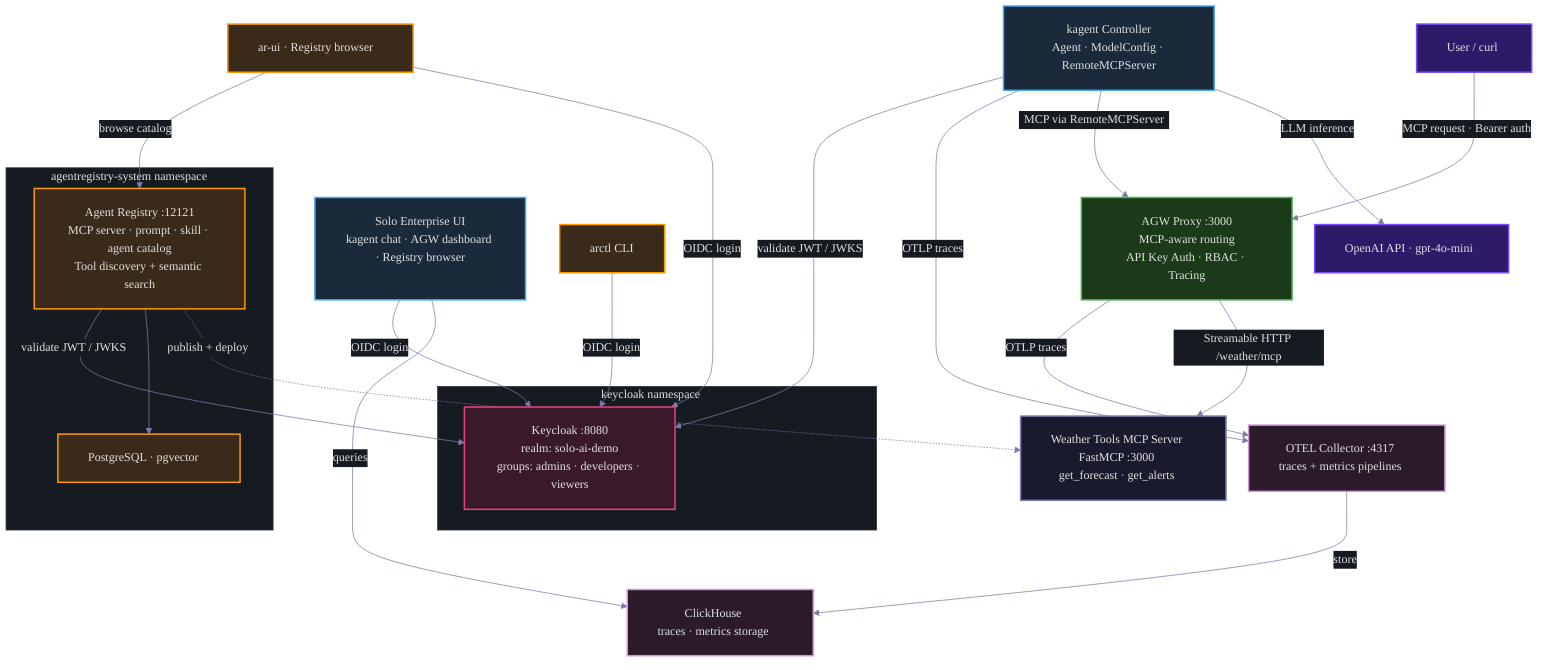
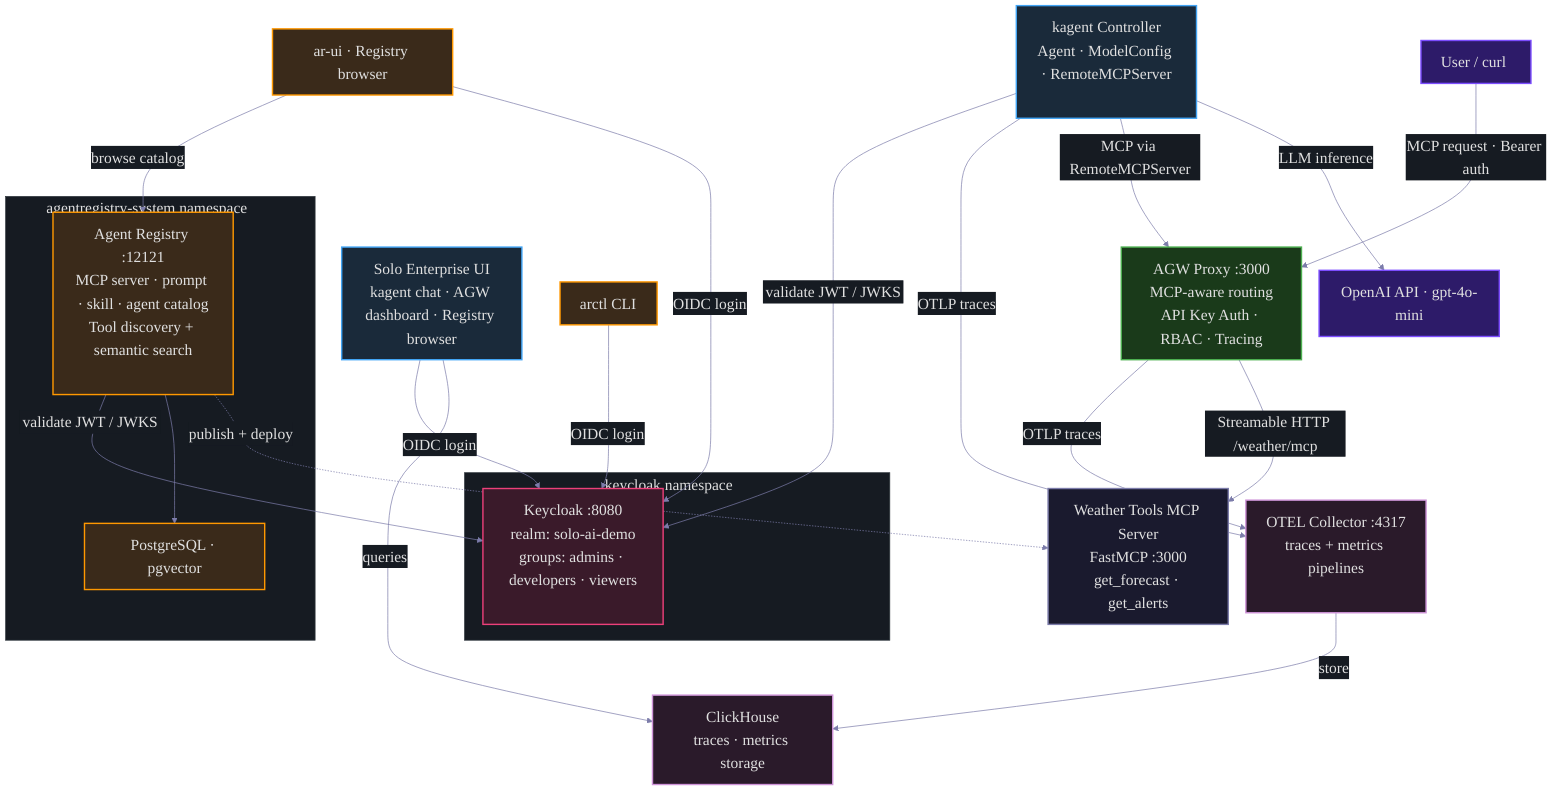
- %%{init: {'theme': 'base', 'themeVariables': { 'primaryColor': '#1a1a2e', 'primaryTextColor': '#e0e0e0', 'primaryBorderColor': '#4a4a6a', 'lineColor': '#7c7caa', 'secondaryColor': '#16213e', 'tertiaryColor': '#0f3460', 'background': '#0d1117', 'mainBkg': '#161b22', 'nodeBorder': '#30363d', 'clusterBkg': '#161b22', 'clusterBorder': '#30363d', 'titleColor': '#e0e0e0', 'edgeLabelBackground': '#161b22', 'noteTextColor': '#e0e0e0', 'noteBkgColor': '#1a1a2e', 'fontFamily': 'Inter, system-ui, sans-serif', 'fontSize': '16px' }, 'flowchart': { 'nodeSpacing': 30, 'rankSpacing': 55, 'curve': 'basis', 'padding': 20 }}}%%
+ %%{init: {'theme': 'base', 'themeVariables': { 'primaryColor': '#1a1a2e', 'primaryTextColor': '#e0e0e0', 'primaryBorderColor': '#4a4a6a', 'lineColor': '#7c7caa', 'secondaryColor': '#16213e', 'tertiaryColor': '#0f3460', 'background': '#0d1117', 'mainBkg': '#161b22', 'nodeBorder': '#30363d', 'clusterBkg': '#161b22', 'clusterBorder': '#30363d', 'titleColor': '#e0e0e0', 'edgeLabelBackground': '#161b22', 'noteTextColor': '#e0e0e0', 'noteBkgColor': '#1a1a2e', 'fontFamily': 'Inter, system-ui, sans-serif', 'fontSize': '22px' }, 'flowchart': { 'nodeSpacing': 25, 'rankSpacing': 45, 'curve': 'basis', 'padding': 14 }}}%%

graph TD
    KAGENT["kagent Controller<br/>Agent · ModelConfig · RemoteMCPServer"]
    UI["Solo Enterprise UI<br/>kagent chat · AGW dashboard · Registry browser"]
    OPENAI["OpenAI API · gpt-4o-mini"]
    AGW_PROXY["AGW Proxy :3000<br/>MCP-aware routing<br/>API Key Auth · RBAC · Tracing"]
    USER["User / curl"]
    WEATHER["Weather Tools MCP Server<br/>FastMCP :3000<br/>get_forecast · get_alerts"]
    ARCTL["arctl CLI"]
    AR_UI["ar-ui · Registry browser"]

    subgraph AR_NS["agentregistry-system namespace"]
        AR["Agent Registry :12121<br/>MCP server · prompt · skill · agent catalog<br/>Tool discovery + semantic search"]
        AR_PG["PostgreSQL · pgvector"]
    end

    subgraph KC_NS["keycloak namespace"]
        KC["Keycloak :8080<br/>realm: solo-ai-demo<br/>groups: admins · developers · viewers"]
    end

    OTEL["OTEL Collector :4317<br/>traces + metrics pipelines"]
    CH["ClickHouse<br/>traces · metrics storage"]

    KAGENT -->|"LLM inference"| OPENAI
    KAGENT -->|"MCP via RemoteMCPServer"| AGW_PROXY
    USER -->|"MCP request · Bearer auth"| AGW_PROXY
    AGW_PROXY -->|"Streamable HTTP /weather/mcp"| WEATHER
    AR -.->|"publish + deploy"| WEATHER
    AR --> AR_PG
    AGW_PROXY -->|"OTLP traces"| OTEL
    KAGENT -->|"OTLP traces"| OTEL
    OTEL -->|"store"| CH
    UI -->|"queries"| CH

    %% OIDC SSO + RBAC
    AR_UI -->|"OIDC login"| KC
    ARCTL -->|"OIDC login"| KC
    UI -->|"OIDC login"| KC
    AR -->|"validate JWT / JWKS"| KC
    KAGENT -->|"validate JWT / JWKS"| KC
    AR_UI -->|"browse catalog"| AR

    classDef external fill:#2d1b69,stroke:#7c4dff,color:#e0e0e0,stroke-width:2px
    classDef gateway fill:#1a3a1a,stroke:#4caf50,color:#e0e0e0,stroke-width:2px
    classDef kagentStyle fill:#1a2a3a,stroke:#42a5f5,color:#e0e0e0,stroke-width:2px
    classDef registry fill:#3a2a1a,stroke:#ff9800,color:#e0e0e0,stroke-width:2px
    classDef demo fill:#1a1a2e,stroke:#7c7caa,color:#e0e0e0,stroke-width:2px
    classDef telemetry fill:#2a1a2a,stroke:#ce93d8,color:#e0e0e0,stroke-width:2px
    classDef auth fill:#3a1a2a,stroke:#ec407a,color:#e0e0e0,stroke-width:2px

    class USER,OPENAI external
    class AGW_PROXY gateway
    class KAGENT,UI kagentStyle
    class AR,AR_PG,AR_UI,ARCTL registry
    class WEATHER demo
    class OTEL,CH telemetry
    class KC auth
